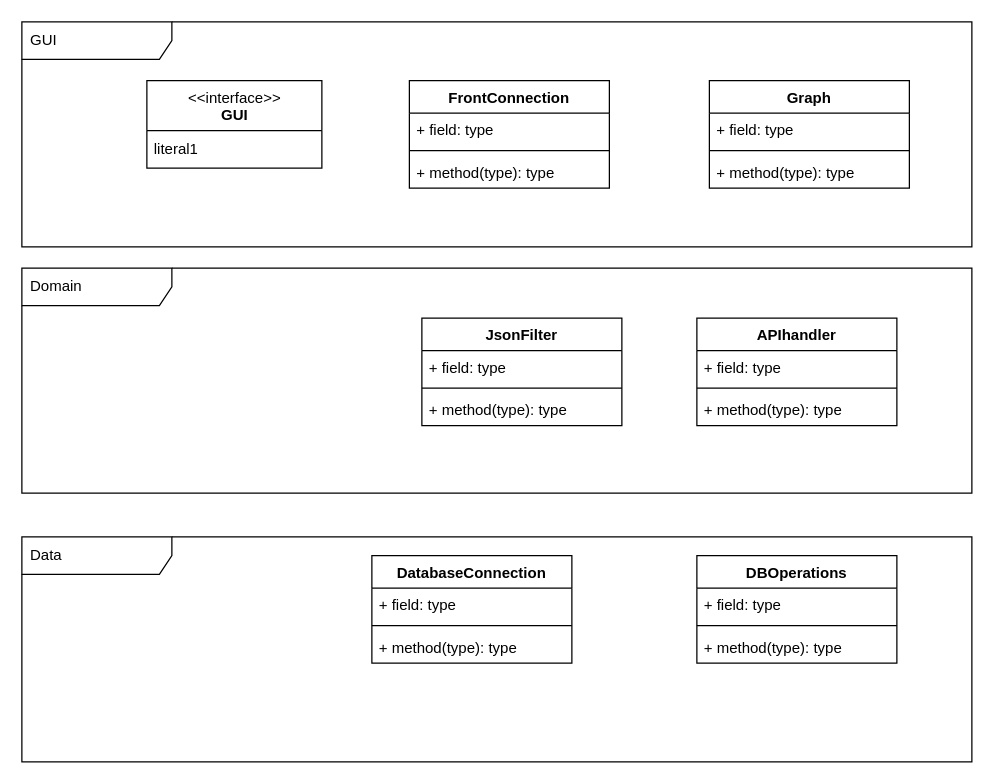
This is page "UML Class" (3 of 3) of CPS Diagram.drawio from NikolajT/EnergyWatch, a draw.io file, before an edit. Source tidied: cells renumbered, new cells numbered last; positions are measured from the earlier drawing's top-left corner, leaving out a move shared by most shapes. Both pictures are drawn from the tidied source at 125%, with x=0, y=0 at pixel (21, 21).
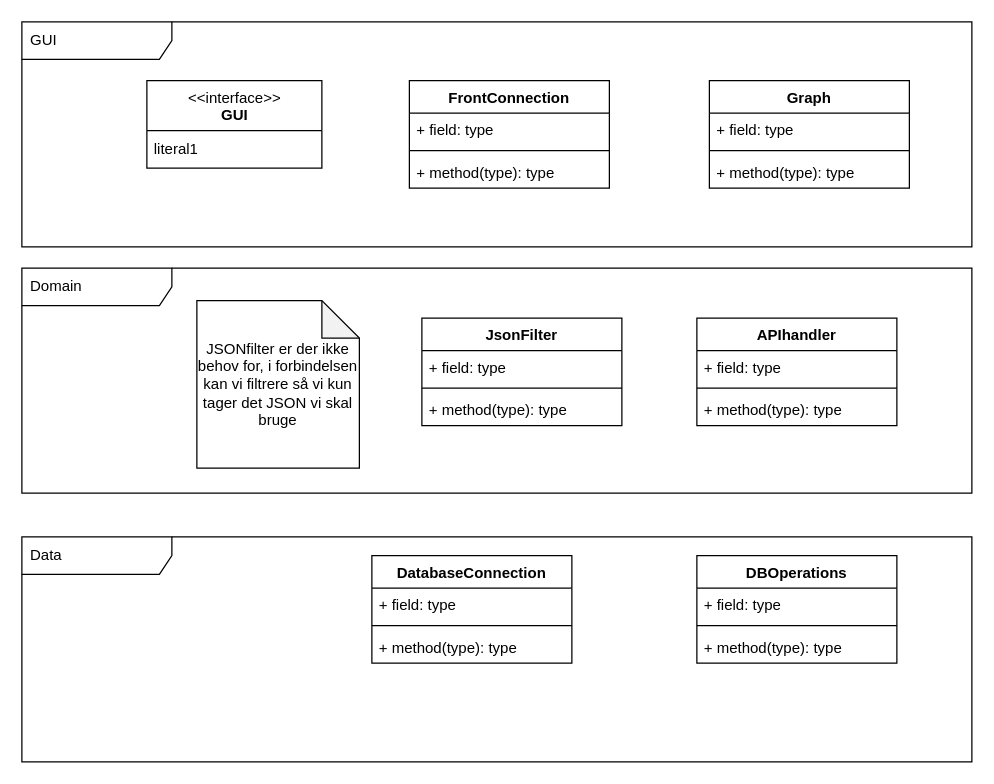
Above is the later version.

Commit message (it also covers changes not shown here):
Nu også med en prototype frontend.. Change in JSONfilter UML

What changed in the source:
```diff
@@
+    <mxCell id="31" value="JSONfilter er der ikke behov for, i forbindelsen kan vi filtrere så vi kun tager det JSON vi skal bruge" style="shape=note;whiteSpace=wrap;html=1;backgroundOutline=1;darkOpacity=0.05;" parent="1" vertex="1">
+      <mxGeometry x="140" y="223" width="130" height="134" as="geometry" />
+    </mxCell>
```
